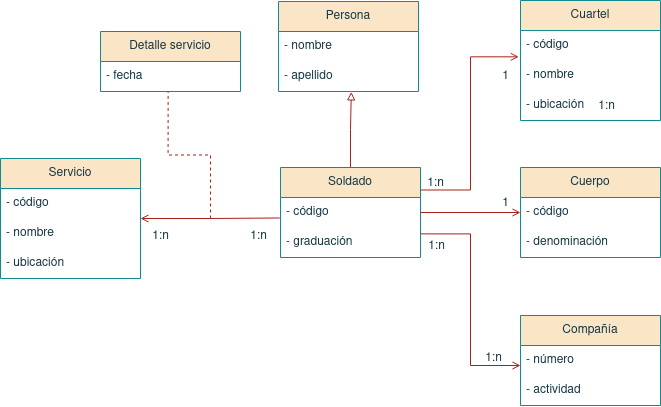
Earlier version of the draw.io export Tema 5. Diagramas de clase/Tarea 3. Ministerio defensa/img/MinisterioDefensa.drawio.png (colidom/ets). Source tidied: cells renumbered, new cells last; positions are measured from the earlier drawing's top-left corner, leaving out a move shared by most shapes.
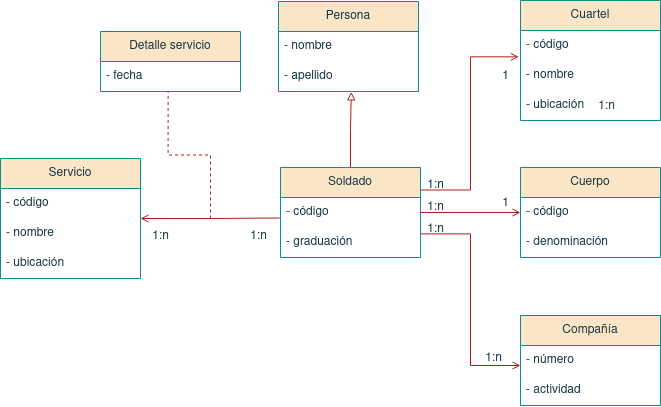
After the commit.

Change to the diagram source:
```diff
@@ -91,13 +91,13 @@
       </mxGeometry>
     </mxCell>
     <mxCell id="29" value="1:n" style="text;html=1;align=center;verticalAlign=middle;strokeColor=none;fillColor=none;labelBackgroundColor=none;fontColor=#143642;" parent="1" vertex="1">
-      <mxGeometry x="416" y="231" width="40" height="30" as="geometry" />
+      <mxGeometry x="415" y="214" width="40" height="30" as="geometry" />
     </mxCell>
     <mxCell id="30" value="1:n" style="text;html=1;align=center;verticalAlign=middle;strokeColor=none;fillColor=none;labelBackgroundColor=none;fontColor=#143642;" parent="1" vertex="1">
       <mxGeometry x="473" y="343" width="40" height="30" as="geometry" />
     </mxCell>
     <mxCell id="31" value="1:n" style="text;html=1;align=center;verticalAlign=middle;strokeColor=none;fillColor=none;labelBackgroundColor=none;fontColor=#143642;" parent="1" vertex="1">
-      <mxGeometry x="415" y="168" width="40" height="30" as="geometry" />
+      <mxGeometry x="415" y="170" width="40" height="30" as="geometry" />
     </mxCell>
     <mxCell id="32" value="1" style="text;html=1;align=center;verticalAlign=middle;strokeColor=none;fillColor=none;labelBackgroundColor=none;fontColor=#143642;" parent="1" vertex="1">
       <mxGeometry x="490" y="61" width="30" height="30" as="geometry" />
@@ -117,5 +117,8 @@
     <mxCell id="37" style="rounded=0;jettySize=auto;html=1;startArrow=none;startFill=0;endArrow=open;endFill=0;entryX=-0.012;entryY=0.878;entryDx=0;entryDy=0;entryPerimeter=0;exitX=1;exitY=0.25;exitDx=0;exitDy=0;labelBackgroundColor=none;fontColor=default;strokeColor=#A8201A;edgeStyle=orthogonalEdgeStyle;" parent="1" edge="1" source="7" target="11">
       <mxGeometry relative="1" as="geometry" />
     </mxCell>
+    <mxCell id="38" value="1:n" style="text;html=1;align=center;verticalAlign=middle;strokeColor=none;fillColor=none;labelBackgroundColor=none;fontColor=#143642;" parent="1" vertex="1">
+      <mxGeometry x="415" y="192" width="40" height="30" as="geometry" />
+    </mxCell>
   </root>
 </mxGraphModel>
```
